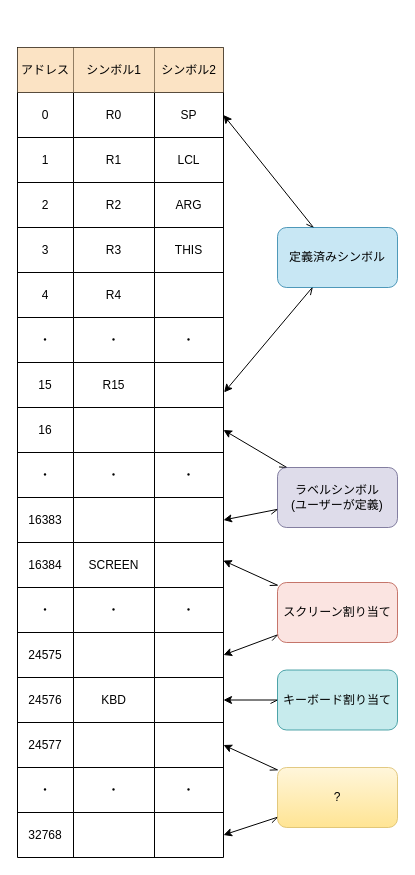
Above: projects/00/memory.drawio in etomaro/nand2tetoris (draw.io), before the change. Source tidied: cells renumbered, new cells numbered last; positions are measured from the earlier drawing's top-left corner, leaving out a move shared by most shapes. Both pictures are drawn from the tidied source at 100%, with x=0, y=0 at pixel (17, 47).
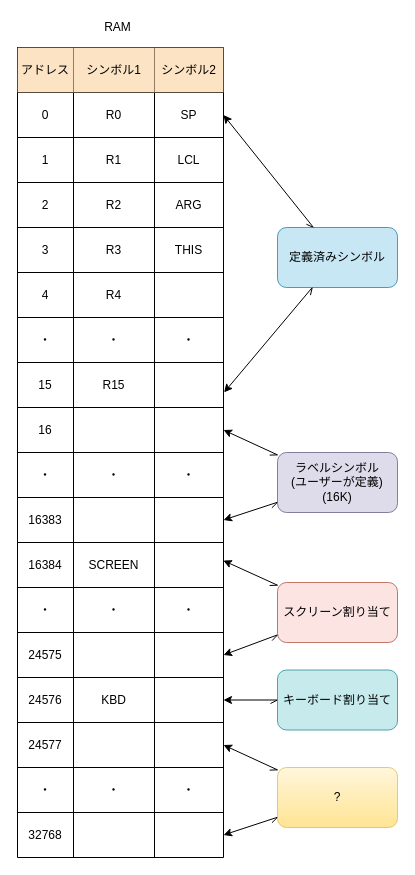
The same diagram, later.

Change to the diagram source:
```diff
@@
-    <mxCell id="80" value="&lt;font color=&quot;#000000&quot;&gt;ラベルシンボル&lt;br&gt;(ユーザーが定義)&lt;br&gt;&lt;/font&gt;" style="rounded=1;whiteSpace=wrap;html=1;strokeColor=#56517e;fillColor=#d0cee2;opacity=70;" parent="1" vertex="1">
-      <mxGeometry x="260" y="420" width="120" height="60" as="geometry" />
+    <mxCell id="80" value="&lt;font color=&quot;#000000&quot;&gt;ラベルシンボル&lt;br&gt;(ユーザーが定義)&lt;br&gt;(16K)&lt;br&gt;&lt;/font&gt;" style="rounded=1;whiteSpace=wrap;html=1;strokeColor=#56517e;fillColor=#d0cee2;opacity=70;" parent="1" vertex="1">
+      <mxGeometry x="260" y="405" width="120" height="60" as="geometry" />
     </mxCell>
@@
+    <mxCell id="89" value="RAM" style="text;html=1;align=center;verticalAlign=middle;strokeColor=none;fillColor=none;fontColor=#000000;" parent="1" vertex="1">
+      <mxGeometry x="80" y="-30" width="40" height="20" as="geometry" />
+    </mxCell>
```
